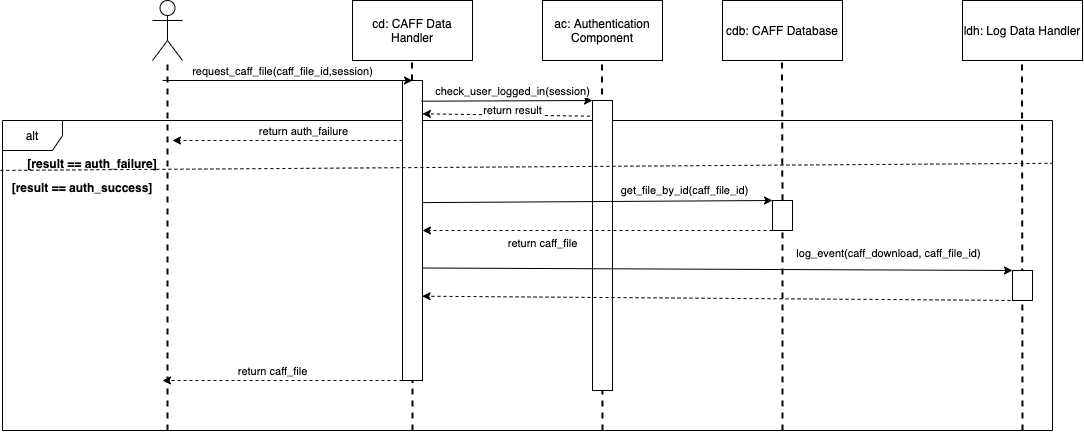
Before: Documentation/Sequence diagrams/Sequence_CAFF_Download.png, a diagram exported from draw.io (nemkrisz11/Computer-Security-Homework-2021-SHAjt). Source tidied: cells renumbered, new cells last; positions are measured from the earlier drawing's top-left corner, leaving out a move shared by most shapes.
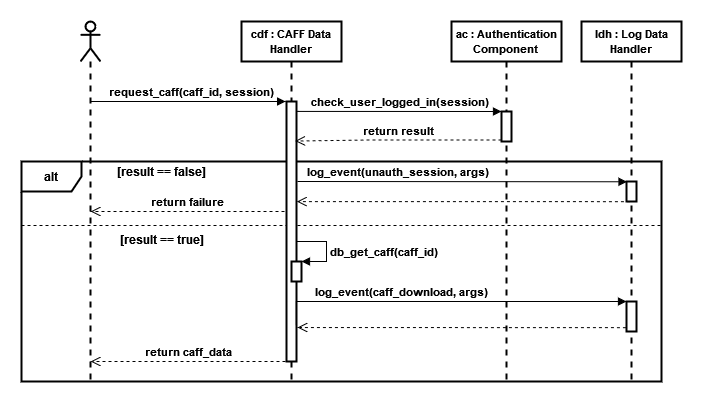
Later version of the same file.

Commit message:
#20 caff download fix

Change to the diagram source:
```diff
@@ -2,157 +2,127 @@
   <root>
     <mxCell id="0" />
     <mxCell id="1" parent="0" />
+    <mxCell id="39" style="line;strokeWidth=1;fillColor=none;align=left;verticalAlign=middle;spacingTop=-1;spacingLeft=3;spacingRight=3;labelPosition=right;dashed=1;" parent="1" vertex="1">
+      <mxGeometry y="180" width="640" height="8" as="geometry" />
+    </mxCell>
-    <mxCell id="2" value="alt" style="shape=umlFrame;whiteSpace=wrap;html=1;" parent="1" vertex="1">
-      <mxGeometry y="120" width="1050" height="310" as="geometry" />
+    <mxCell id="2" value="&lt;b&gt;alt&lt;/b&gt;" style="shape=umlFrame;whiteSpace=wrap;html=1;strokeWidth=2;" parent="1" vertex="1">
+      <mxGeometry y="120" width="640" height="220" as="geometry" />
     </mxCell>
-    <mxCell id="3" style="shape=umlActor;verticalLabelPosition=bottom;verticalAlign=top;html=1;outlineConnect=0;" parent="1" vertex="1">
-      <mxGeometry x="150" width="30" height="60" as="geometry" />
-    </mxCell>
-    <mxCell id="4" style="endArrow=none;dashed=1;html=1;strokeWidth=2;rounded=0;" parent="1" edge="1" target="3">
-      <mxGeometry relative="1" as="geometry">
-        <mxPoint x="165" y="430" as="sourcePoint" />
-      </mxGeometry>
-    </mxCell>
-    <mxCell id="5" value="cd: CAFF Data Handler" style="rounded=0;whiteSpace=wrap;html=1;" parent="1" vertex="1">
-      <mxGeometry x="350" width="120" height="60" as="geometry" />
-    </mxCell>
-    <mxCell id="6" style="endArrow=none;dashed=1;html=1;strokeWidth=2;rounded=0;startArrow=none;" parent="1" edge="1" source="7">
-      <mxGeometry relative="1" as="geometry">
-        <mxPoint x="409.5" y="60" as="targetPoint" />
-      </mxGeometry>
-    </mxCell>
-    <mxCell id="7" style="rounded=0;whiteSpace=wrap;html=1;" parent="1" vertex="1">
-      <mxGeometry x="400" y="80" width="20" height="300" as="geometry" />
-    </mxCell>
-    <mxCell id="8" style="endArrow=none;dashed=1;html=1;strokeWidth=2;rounded=0;" parent="1" edge="1" target="7">
-      <mxGeometry relative="1" as="geometry">
-        <mxPoint x="410" y="430" as="sourcePoint" />
-      </mxGeometry>
-    </mxCell>
-    <mxCell id="9" value="ac: Authentication Component" style="rounded=0;whiteSpace=wrap;html=1;" parent="1" vertex="1">
-      <mxGeometry x="540" width="120" height="60" as="geometry" />
-    </mxCell>
-    <mxCell id="10" style="endArrow=none;dashed=1;html=1;strokeWidth=2;rounded=0;startArrow=none;" parent="1" edge="1">
-      <mxGeometry relative="1" as="geometry">
-        <mxPoint x="600" y="430" as="sourcePoint" />
-        <mxPoint x="599.5" y="60" as="targetPoint" />
-      </mxGeometry>
-    </mxCell>
-    <mxCell id="11" style="rounded=0;whiteSpace=wrap;html=1;" parent="1" vertex="1">
-      <mxGeometry x="590" y="100" width="20" height="290" as="geometry" />
-    </mxCell>
-    <mxCell id="12" value="cdb: CAFF Database" style="rounded=0;whiteSpace=wrap;html=1;" parent="1" vertex="1">
-      <mxGeometry x="720" width="120" height="60" as="geometry" />
-    </mxCell>
-    <mxCell id="13" style="endArrow=none;dashed=1;html=1;strokeWidth=2;rounded=0;startArrow=none;" parent="1" edge="1" source="31">
-      <mxGeometry relative="1" as="geometry">
-        <mxPoint x="779.5" y="60" as="targetPoint" />
-      </mxGeometry>
-    </mxCell>
-    <mxCell id="14" value="ldh: Log Data Handler" style="rounded=0;whiteSpace=wrap;html=1;" parent="1" vertex="1">
-      <mxGeometry x="960" width="120" height="60" as="geometry" />
-    </mxCell>
-    <mxCell id="15" style="endArrow=none;dashed=1;html=1;strokeWidth=2;rounded=0;startArrow=none;" parent="1" edge="1">
-      <mxGeometry relative="1" as="geometry">
-        <mxPoint x="1020" y="430" as="sourcePoint" />
-        <mxPoint x="1019.5" y="60" as="targetPoint" />
-      </mxGeometry>
-    </mxCell>
-    <mxCell id="16" style="rounded=0;whiteSpace=wrap;html=1;" parent="1" vertex="1">
-      <mxGeometry x="1010" y="270" width="20" height="30" as="geometry" />
-    </mxCell>
-    <mxCell id="17" style="endArrow=classic;html=1;rounded=0;entryX=0.5;entryY=0;entryDx=0;entryDy=0;" parent="1" edge="1" target="7">
-      <mxGeometry relative="1" as="geometry">
-        <mxPoint x="160" y="80" as="sourcePoint" />
-      </mxGeometry>
-    </mxCell>
-    <mxCell id="18" value="request_caff_file(caff_file_id,session)" style="edgeLabel;html=1;align=center;verticalAlign=middle;" parent="17" vertex="1">
-      <mxGeometry x="-0.4" y="2" relative="1" as="geometry">
-        <mxPoint x="44" y="-8" as="offset" />
-      </mxGeometry>
-    </mxCell>
-    <mxCell id="19" style="endArrow=classic;html=1;rounded=0;exitX=0.95;exitY=0.069;exitDx=0;exitDy=0;exitPerimeter=0;entryX=0;entryY=0;entryDx=0;entryDy=0;" parent="1" edge="1" source="7" target="11">
-      <mxGeometry relative="1" as="geometry" />
-    </mxCell>
+    <mxCell id="40" style="edgeStyle=orthogonalEdgeStyle;rounded=0;jettySize=auto;html=1;endArrow=block;endFill=1;entryX=-0.089;entryY=0;entryDx=0;entryDy=0;entryPerimeter=0;strokeWidth=1;" parent="1" edge="1" source="42" target="44">
+      <mxGeometry relative="1" as="geometry">
+        <Array as="points">
+          <mxPoint x="160" y="60" />
+          <mxPoint x="160" y="60" />
+        </Array>
+      </mxGeometry>
+    </mxCell>
+    <mxCell id="41" value="&lt;div&gt;&lt;b&gt;request_caff(caff_id, session)&lt;/b&gt;&lt;/div&gt;" style="edgeLabel;html=1;align=center;verticalAlign=middle;" parent="40" vertex="1">
+      <mxGeometry x="0.23" y="-1" relative="1" as="geometry">
+        <mxPoint x="-20" y="-11" as="offset" />
+      </mxGeometry>
+    </mxCell>
+    <mxCell id="42" style="shape=umlLifeline;participant=umlActor;perimeter=lifelinePerimeter;whiteSpace=wrap;html=1;verticalAlign=top;spacingTop=36;outlineConnect=0;strokeWidth=2;" parent="1" vertex="1">
+      <mxGeometry x="59" y="-20" width="20" height="360" as="geometry" />
+    </mxCell>
+    <mxCell id="43" value="&lt;font style=&quot;font-size: 11px&quot;&gt;&lt;b&gt;cdf : CAFF Data Handler&lt;br&gt;&lt;/b&gt;&lt;/font&gt;" style="shape=umlLifeline;perimeter=lifelinePerimeter;whiteSpace=wrap;html=1;strokeWidth=2;" parent="1" vertex="1">
+      <mxGeometry x="220" y="-20" width="100" height="360" as="geometry" />
+    </mxCell>
+    <mxCell id="44" style="html=1;points=[];perimeter=orthogonalPerimeter;strokeWidth=2;" parent="43" vertex="1">
+      <mxGeometry x="45" y="80" width="10" height="260" as="geometry" />
+    </mxCell>
+    <mxCell id="45" style="html=1;points=[];perimeter=orthogonalPerimeter;strokeWidth=2;" parent="43" vertex="1">
+      <mxGeometry x="50" y="240" width="10" height="20" as="geometry" />
+    </mxCell>
+    <mxCell id="46" value="&lt;b&gt;db_get_caff(caff_id)&lt;/b&gt;" style="edgeStyle=orthogonalEdgeStyle;html=1;align=left;spacingLeft=2;endArrow=block;rounded=0;entryX=1;entryY=0;exitX=0.392;exitY=-0.009;exitDx=0;exitDy=0;exitPerimeter=0;strokeWidth=1;" parent="43" edge="1" source="45" target="45">
+      <mxGeometry x="0.27" relative="1" as="geometry">
+        <Array as="points">
+          <mxPoint x="55" y="240" />
+          <mxPoint x="55" y="220" />
+          <mxPoint x="85" y="220" />
+          <mxPoint x="85" y="240" />
+        </Array>
+      </mxGeometry>
+    </mxCell>
+    <mxCell id="47" value="&lt;font style=&quot;font-size: 11px&quot;&gt;&lt;b&gt;ac : Authentication Component&lt;br&gt;&lt;/b&gt;&lt;/font&gt;" style="shape=umlLifeline;perimeter=lifelinePerimeter;whiteSpace=wrap;html=1;strokeWidth=2;" parent="1" vertex="1">
+      <mxGeometry x="430" y="-20" width="110" height="360" as="geometry" />
+    </mxCell>
+    <mxCell id="48" style="html=1;points=[];perimeter=orthogonalPerimeter;strokeWidth=2;" parent="47" vertex="1">
+      <mxGeometry x="50" y="90" width="10" height="30" as="geometry" />
+    </mxCell>
-    <mxCell id="20" value="check_user_logged_in(session)" style="edgeLabel;html=1;align=center;verticalAlign=middle;" parent="19" vertex="1">
-      <mxGeometry x="0.15" relative="1" as="geometry">
-        <mxPoint x="-7" y="-10" as="offset" />
+    <mxCell id="20" value="&lt;b&gt;check_user_logged_in(session)&lt;/b&gt;" style="html=1;verticalAlign=bottom;endArrow=block;entryX=0;entryY=0;rounded=0;edgeStyle=orthogonalEdgeStyle;strokeWidth=1;exitX=1.01;exitY=0.038;exitDx=0;exitDy=0;exitPerimeter=0;" parent="1" edge="1" source="44" target="48">
+      <mxGeometry relative="1" as="geometry">
+        <Array as="points">
+          <mxPoint x="277" y="70" />
+        </Array>
       </mxGeometry>
     </mxCell>
-    <mxCell id="21" style="endArrow=classic;html=1;rounded=0;entryX=0.992;entryY=0.111;entryDx=0;entryDy=0;entryPerimeter=0;exitX=-0.133;exitY=0.054;exitDx=0;exitDy=0;exitPerimeter=0;dashed=1;" parent="1" edge="1" source="11" target="7">
-      <mxGeometry relative="1" as="geometry" />
-    </mxCell>
-    <mxCell id="22" value="return result" style="edgeLabel;html=1;align=center;verticalAlign=middle;" parent="21" vertex="1">
-      <mxGeometry x="-0.2" y="-2" relative="1" as="geometry">
-        <mxPoint x="-11" y="-3" as="offset" />
+    <mxCell id="22" value="&lt;b&gt;return result&lt;br&gt;&lt;/b&gt;" style="html=1;verticalAlign=bottom;endArrow=open;dashed=1;endSize=8;exitX=0;exitY=0.95;rounded=0;edgeStyle=orthogonalEdgeStyle;entryX=0.865;entryY=0.152;entryDx=0;entryDy=0;entryPerimeter=0;strokeWidth=1;" parent="1" edge="1" source="48" target="44">
+      <mxGeometry relative="1" as="geometry">
+        <Array as="points">
+          <mxPoint x="345" y="99" />
+        </Array>
       </mxGeometry>
     </mxCell>
-    <mxCell id="23" style="endArrow=classic;html=1;rounded=0;dashed=1;" parent="1" edge="1">
-      <mxGeometry relative="1" as="geometry">
-        <mxPoint x="400" y="140" as="sourcePoint" />
-        <mxPoint x="170" y="140" as="targetPoint" />
-      </mxGeometry>
-    </mxCell>
-    <mxCell id="24" value="return auth_failure" style="edgeLabel;html=1;align=center;verticalAlign=middle;" parent="23" vertex="1">
-      <mxGeometry x="-0.23" y="1" relative="1" as="geometry">
-        <mxPoint x="-12" y="-11" as="offset" />
-      </mxGeometry>
-    </mxCell>
-    <mxCell id="25" style="endArrow=classic;html=1;rounded=0;entryX=0;entryY=0;entryDx=0;entryDy=0;exitX=1;exitY=0.407;exitDx=0;exitDy=0;exitPerimeter=0;" parent="1" edge="1" source="7" target="31">
-      <mxGeometry relative="1" as="geometry" />
-    </mxCell>
-    <mxCell id="26" value="get_file_by_id(caff_file_id)" style="edgeLabel;html=1;align=center;verticalAlign=middle;" parent="25" vertex="1">
-      <mxGeometry x="0.22" y="3" relative="1" as="geometry">
-        <mxPoint x="49" y="-8" as="offset" />
-      </mxGeometry>
-    </mxCell>
-    <mxCell id="27" style="endArrow=classic;html=1;rounded=0;exitX=0;exitY=1;exitDx=0;exitDy=0;dashed=1;" parent="1" edge="1" source="31">
-      <mxGeometry relative="1" as="geometry">
-        <mxPoint x="420" y="230" as="targetPoint" />
-      </mxGeometry>
-    </mxCell>
-    <mxCell id="28" value="return caff_file" style="edgeLabel;html=1;align=center;verticalAlign=middle;" parent="27" vertex="1">
-      <mxGeometry x="0.28" y="-2" relative="1" as="geometry">
-        <mxPoint x="-7" y="14" as="offset" />
-      </mxGeometry>
-    </mxCell>
-    <mxCell id="29" style="endArrow=classic;html=1;rounded=0;exitX=0.979;exitY=0.625;exitDx=0;exitDy=0;exitPerimeter=0;entryX=0;entryY=0;entryDx=0;entryDy=0;" parent="1" edge="1" source="7" target="16">
-      <mxGeometry relative="1" as="geometry" />
-    </mxCell>
-    <mxCell id="30" value="log_event(caff_download, caff_file_id)" style="edgeLabel;html=1;align=center;verticalAlign=middle;" parent="29" vertex="1">
-      <mxGeometry x="0.66" y="1" relative="1" as="geometry">
-        <mxPoint x="-25" y="-16" as="offset" />
-      </mxGeometry>
-    </mxCell>
-    <mxCell id="31" style="rounded=0;whiteSpace=wrap;html=1;" parent="1" vertex="1">
-      <mxGeometry x="770" y="200" width="20" height="30" as="geometry" />
-    </mxCell>
-    <mxCell id="32" style="endArrow=none;dashed=1;html=1;strokeWidth=2;rounded=0;startArrow=none;" parent="1" edge="1" target="31">
-      <mxGeometry relative="1" as="geometry">
-        <mxPoint x="780" y="430" as="sourcePoint" />
-      </mxGeometry>
-    </mxCell>
-    <mxCell id="33" style="endArrow=classic;html=1;rounded=0;exitX=0.5;exitY=1;exitDx=0;exitDy=0;entryX=0.979;entryY=0.719;entryDx=0;entryDy=0;entryPerimeter=0;dashed=1;" parent="1" edge="1" source="16" target="7">
-      <mxGeometry relative="1" as="geometry" />
-    </mxCell>
-    <mxCell id="34" style="endArrow=classic;html=1;rounded=0;dashed=1;exitX=0;exitY=1;exitDx=0;exitDy=0;" parent="1" edge="1" source="7">
-      <mxGeometry relative="1" as="geometry">
-        <mxPoint x="160" y="380" as="targetPoint" />
-      </mxGeometry>
-    </mxCell>
-    <mxCell id="35" value="return caff_file" style="edgeLabel;html=1;align=center;verticalAlign=middle;" parent="34" vertex="1">
-      <mxGeometry x="0.12" y="-1" relative="1" as="geometry">
-        <mxPoint x="4" y="-9" as="offset" />
-      </mxGeometry>
-    </mxCell>
-    <mxCell id="36" style="endArrow=none;dashed=1;html=1;rounded=0;exitX=-0.002;exitY=0.161;exitDx=0;exitDy=0;exitPerimeter=0;entryX=1;entryY=0.138;entryDx=0;entryDy=0;entryPerimeter=0;" parent="1" edge="1" source="2" target="2">
-      <mxGeometry relative="1" as="geometry" />
-    </mxCell>
-    <mxCell id="37" value="[result == auth_failure]" style="text;align=center;fontStyle=1;verticalAlign=middle;spacingLeft=3;spacingRight=3;strokeColor=none;" parent="1" vertex="1">
-      <mxGeometry x="50" y="150" width="80" height="26" as="geometry" />
-    </mxCell>
-    <mxCell id="38" value="[result == auth_success]" style="text;align=center;fontStyle=1;verticalAlign=middle;spacingLeft=3;spacingRight=3;strokeColor=none;" parent="1" vertex="1">
-      <mxGeometry x="40" y="174" width="80" height="26" as="geometry" />
-    </mxCell>
+    <mxCell id="49" value="&lt;b&gt;[result == false]&lt;br&gt;&lt;/b&gt;" style="text;html=1;align=center;verticalAlign=middle;strokeColor=none;fillColor=none;" parent="1" vertex="1">
+      <mxGeometry x="90" y="120" width="100" height="20" as="geometry" />
+    </mxCell>
+    <mxCell id="50" value="&lt;b&gt;return failure&lt;br&gt;&lt;/b&gt;" style="html=1;verticalAlign=bottom;endArrow=open;dashed=1;endSize=8;rounded=0;edgeStyle=orthogonalEdgeStyle;strokeWidth=1;" parent="1" edge="1" target="42">
+      <mxGeometry relative="1" as="geometry">
+        <mxPoint x="263" y="170" as="sourcePoint" />
+        <Array as="points">
+          <mxPoint x="263" y="170" />
+        </Array>
+      </mxGeometry>
+    </mxCell>
+    <mxCell id="51" value="&lt;b&gt;[result == true]&lt;br&gt;&lt;/b&gt;" style="text;html=1;align=center;verticalAlign=middle;strokeColor=none;fillColor=none;" parent="1" vertex="1">
+      <mxGeometry x="90" y="188" width="100" height="20" as="geometry" />
+    </mxCell>
+    <mxCell id="52" value="&lt;font style=&quot;font-size: 11px&quot;&gt;&lt;b&gt;ldh : Log Data Handler&lt;br&gt;&lt;/b&gt;&lt;/font&gt;" style="shape=umlLifeline;perimeter=lifelinePerimeter;whiteSpace=wrap;html=1;strokeWidth=2;" parent="1" vertex="1">
+      <mxGeometry x="560" y="-20" width="100" height="360" as="geometry" />
+    </mxCell>
+    <mxCell id="53" style="html=1;points=[];perimeter=orthogonalPerimeter;strokeWidth=2;" parent="52" vertex="1">
+      <mxGeometry x="45" y="280" width="10" height="30" as="geometry" />
+    </mxCell>
+    <mxCell id="54" style="html=1;points=[];perimeter=orthogonalPerimeter;fontSize=11;strokeWidth=2;" parent="52" vertex="1">
+      <mxGeometry x="45" y="160" width="10" height="20" as="geometry" />
+    </mxCell>
+    <mxCell id="55" value="&lt;b&gt;log_event(caff_download, args)&lt;/b&gt;" style="html=1;verticalAlign=bottom;endArrow=block;rounded=0;edgeStyle=orthogonalEdgeStyle;exitX=0.983;exitY=0.863;exitDx=0;exitDy=0;exitPerimeter=0;strokeWidth=1;" parent="1" edge="1" source="44">
+      <mxGeometry x="-0.27" relative="1" as="geometry">
+        <mxPoint x="605" y="260" as="targetPoint" />
+        <Array as="points">
+          <mxPoint x="275" y="260" />
+          <mxPoint x="605" y="260" />
+        </Array>
+      </mxGeometry>
+    </mxCell>
+    <mxCell id="56" style="html=1;verticalAlign=bottom;endArrow=open;dashed=1;endSize=8;rounded=0;edgeStyle=orthogonalEdgeStyle;exitX=-0.057;exitY=0.871;exitDx=0;exitDy=0;exitPerimeter=0;strokeWidth=1;" parent="1" edge="1" source="53">
+      <mxGeometry relative="1" as="geometry">
+        <mxPoint x="276" y="286" as="targetPoint" />
+        <Array as="points">
+          <mxPoint x="276" y="286" />
+        </Array>
+      </mxGeometry>
+    </mxCell>
+    <mxCell id="57" value="&lt;b&gt;return caff_data&lt;br&gt;&lt;/b&gt;" style="html=1;verticalAlign=bottom;endArrow=open;dashed=1;endSize=8;rounded=0;edgeStyle=orthogonalEdgeStyle;strokeWidth=1;" parent="1" edge="1" target="42">
+      <mxGeometry relative="1" as="geometry">
+        <mxPoint x="264" y="320" as="sourcePoint" />
+        <Array as="points">
+          <mxPoint x="264" y="320" />
+        </Array>
+      </mxGeometry>
+    </mxCell>
+    <mxCell id="58" value="&lt;b&gt;log_event(unauth_session, args)&lt;/b&gt;" style="html=1;verticalAlign=bottom;endArrow=block;rounded=0;fontSize=11;strokeWidth=1;entryX=0.051;entryY=0.014;entryDx=0;entryDy=0;entryPerimeter=0;edgeStyle=orthogonalEdgeStyle;" parent="1" edge="1" target="54">
+      <mxGeometry x="-0.39" relative="1" as="geometry">
+        <mxPoint x="276" y="140" as="sourcePoint" />
+        <Array as="points">
+          <mxPoint x="276" y="140" />
+        </Array>
+      </mxGeometry>
+    </mxCell>
+    <mxCell id="59" style="html=1;verticalAlign=bottom;endArrow=open;dashed=1;endSize=8;rounded=0;edgeStyle=orthogonalEdgeStyle;exitX=-0.057;exitY=0.871;exitDx=0;exitDy=0;exitPerimeter=0;strokeWidth=1;entryX=1.04;entryY=0.385;entryDx=0;entryDy=0;entryPerimeter=0;" parent="1" edge="1" target="44">
+      <mxGeometry relative="1" as="geometry">
+        <mxPoint x="608.4" y="160.1" as="sourcePoint" />
+      </mxGeometry>
+    </mxCell>
   </root>
 </mxGraphModel>
```
